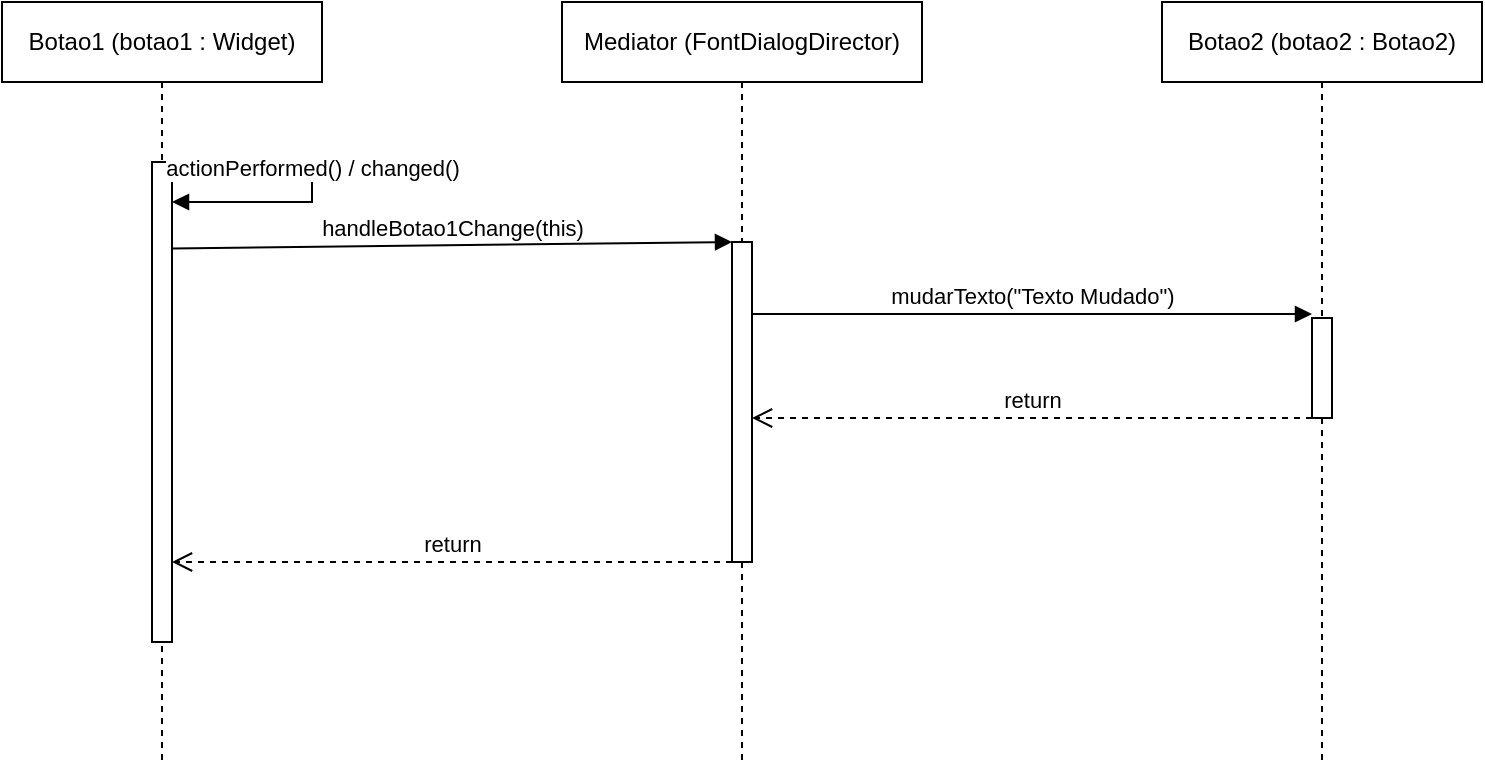
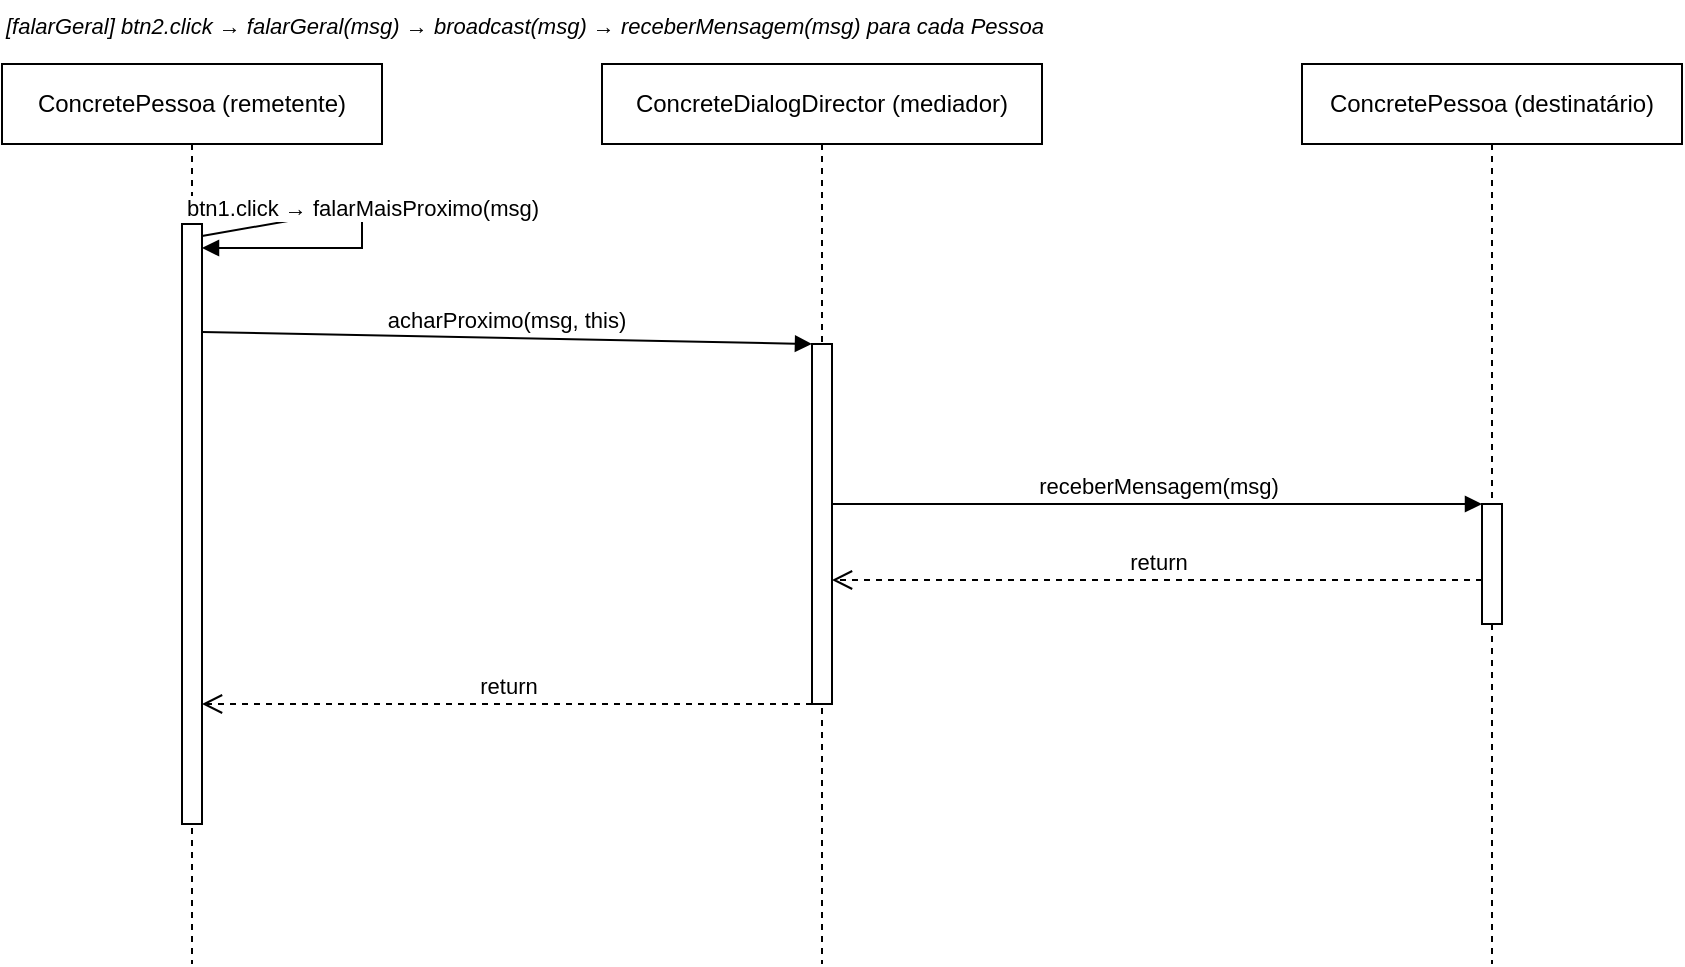
<mxfile host="app.diagrams.net">
-   <diagram name="Sequencia-Mediator" id="lVWO351oqHOsi26u79jJ">
+   <diagram name="Sequencia-Mediator" id="seqDiagMediator01">
    <mxGraphModel dx="975" dy="569" grid="1" gridSize="10" guides="1" tooltips="1" connect="1" arrows="1" fold="1" page="1" pageScale="1" pageWidth="827" pageHeight="1169" math="0" shadow="0">
      <root>
        <mxCell id="0" />
        <mxCell id="1" parent="0" />
-         <mxCell id="ll-botao" parent="1" style="shape=umlLifeline;perimeter=lifelinePerimeter;whiteSpace=wrap;html=1;container=1;dropTarget=0;collapsible=0;recursiveResize=0;outlineConnect=0;portConstraint=eastwest;newEdgeStyle={&quot;curved&quot;:0,&quot;rounded&quot;:0};" value="Botao1 (botao1 : Widget)" vertex="1">
-           <mxGeometry height="380" width="160" x="80" y="40" as="geometry" />
+ 
+         <!-- Lifeline: ConcretePessoa (remetente) -->
+         <mxCell id="ll-rem" parent="1" style="shape=umlLifeline;perimeter=lifelinePerimeter;whiteSpace=wrap;html=1;container=1;dropTarget=0;collapsible=0;recursiveResize=0;outlineConnect=0;portConstraint=eastwest;newEdgeStyle={&quot;curved&quot;:0,&quot;rounded&quot;:0};" value="ConcretePessoa (remetente)" vertex="1">
+           <mxGeometry height="450" width="190" x="60" y="40" as="geometry" />
        </mxCell>
-         <mxCell id="act-botao" parent="ll-botao" style="html=1;points=[[0,0,0,0,5],[0,1,0,0,-5],[1,0,0,0,5],[1,1,0,0,-5]];perimeter=orthogonalPerimeter;outlineConnect=0;targetShapes=umlLifeline;portConstraint=eastwest;newEdgeStyle={&quot;curved&quot;:0,&quot;rounded&quot;:0};" value="" vertex="1">
-           <mxGeometry height="240" width="10" x="75" y="80" as="geometry" />
+         <mxCell id="act-rem" parent="ll-rem" style="html=1;points=[[0,0,0,0,5],[0,1,0,0,-5],[1,0,0,0,5],[1,1,0,0,-5]];perimeter=orthogonalPerimeter;outlineConnect=0;targetShapes=umlLifeline;portConstraint=eastwest;" value="" vertex="1">
+           <mxGeometry height="300" width="10" x="90" y="80" as="geometry" />
        </mxCell>
-         <mxCell id="ll-mediator" parent="1" style="shape=umlLifeline;perimeter=lifelinePerimeter;whiteSpace=wrap;html=1;container=1;dropTarget=0;collapsible=0;recursiveResize=0;outlineConnect=0;portConstraint=eastwest;newEdgeStyle={&quot;curved&quot;:0,&quot;rounded&quot;:0};" value="Mediator (FontDialogDirector)" vertex="1">
-           <mxGeometry height="380" width="180" x="360" y="40" as="geometry" />
+ 
+         <!-- Lifeline: ConcreteDialogDirector (mediador) -->
+         <mxCell id="ll-med" parent="1" style="shape=umlLifeline;perimeter=lifelinePerimeter;whiteSpace=wrap;html=1;container=1;dropTarget=0;collapsible=0;recursiveResize=0;outlineConnect=0;portConstraint=eastwest;newEdgeStyle={&quot;curved&quot;:0,&quot;rounded&quot;:0};" value="ConcreteDialogDirector (mediador)" vertex="1">
+           <mxGeometry height="450" width="220" x="360" y="40" as="geometry" />
        </mxCell>
-         <mxCell id="act-mediator" parent="ll-mediator" style="html=1;points=[[0,0,0,0,5],[0,1,0,0,-5],[1,0,0,0,5],[1,1,0,0,-5]];perimeter=orthogonalPerimeter;outlineConnect=0;targetShapes=umlLifeline;portConstraint=eastwest;newEdgeStyle={&quot;curved&quot;:0,&quot;rounded&quot;:0};" value="" vertex="1">
-           <mxGeometry height="160" width="10" x="85" y="120" as="geometry" />
+         <mxCell id="act-med" parent="ll-med" style="html=1;points=[[0,0,0,0,5],[0,1,0,0,-5],[1,0,0,0,5],[1,1,0,0,-5]];perimeter=orthogonalPerimeter;outlineConnect=0;targetShapes=umlLifeline;portConstraint=eastwest;" value="" vertex="1">
+           <mxGeometry height="180" width="10" x="105" y="140" as="geometry" />
        </mxCell>
-         <mxCell id="ll-botao2" parent="1" style="shape=umlLifeline;perimeter=lifelinePerimeter;whiteSpace=wrap;html=1;container=1;dropTarget=0;collapsible=0;recursiveResize=0;outlineConnect=0;portConstraint=eastwest;newEdgeStyle={&quot;curved&quot;:0,&quot;rounded&quot;:0};" value="Botao2 (botao2 : Botao2)" vertex="1">
-           <mxGeometry height="380" width="160" x="660" y="40" as="geometry" />
+ 
+         <!-- Lifeline: ConcretePessoa (destinatario) -->
+         <mxCell id="ll-dest" parent="1" style="shape=umlLifeline;perimeter=lifelinePerimeter;whiteSpace=wrap;html=1;container=1;dropTarget=0;collapsible=0;recursiveResize=0;outlineConnect=0;portConstraint=eastwest;newEdgeStyle={&quot;curved&quot;:0,&quot;rounded&quot;:0};" value="ConcretePessoa (destinatário)" vertex="1">
+           <mxGeometry height="450" width="190" x="710" y="40" as="geometry" />
        </mxCell>
-         <mxCell id="act-botao2" parent="ll-botao2" style="html=1;points=[[0,0,0,0,5],[0,1,0,0,-5],[1,0,0,0,5],[1,1,0,0,-5]];perimeter=orthogonalPerimeter;outlineConnect=0;targetShapes=umlLifeline;portConstraint=eastwest;newEdgeStyle={&quot;curved&quot;:0,&quot;rounded&quot;:0};" value="" vertex="1">
-           <mxGeometry height="50" width="10" x="75" y="158" as="geometry" />
+         <mxCell id="act-dest" parent="ll-dest" style="html=1;points=[[0,0,0,0,5],[0,1,0,0,-5],[1,0,0,0,5],[1,1,0,0,-5]];perimeter=orthogonalPerimeter;outlineConnect=0;targetShapes=umlLifeline;portConstraint=eastwest;" value="" vertex="1">
+           <mxGeometry height="60" width="10" x="90" y="220" as="geometry" />
        </mxCell>
-         <mxCell id="msg-changed" edge="1" parent="1" source="act-botao" style="html=1;verticalAlign=bottom;endArrow=block;curved=0;rounded=0;exitX=1;exitY=0.02;exitDx=0;exitDy=0;" target="act-botao" value="actionPerformed() / changed()">
+ 
+         <!-- msg1: self-call falarMaisProximo -->
+         <mxCell id="msg1" edge="1" parent="1" source="act-rem" target="act-rem" style="html=1;verticalAlign=bottom;endArrow=block;curved=0;rounded=0;exitX=1;exitY=0.02;exitDx=0;exitDy=0;" value="btn1.click → falarMaisProximo(msg)">
          <mxGeometry relative="1" as="geometry">
            <Array as="points">
-               <mxPoint x="235" y="124" />
-               <mxPoint x="235" y="140" />
+               <mxPoint x="240" y="112" />
+               <mxPoint x="240" y="132" />
            </Array>
          </mxGeometry>
        </mxCell>
-         <mxCell id="msg-handle" edge="1" parent="1" source="act-botao" style="html=1;verticalAlign=bottom;endArrow=block;curved=0;rounded=0;exitX=1;exitY=0.18;exitDx=0;exitDy=0;entryX=0;entryY=0;entryDx=0;entryDy=0;" target="act-mediator" value="handleBotao1Change(this)">
+ 
+         <!-- msg2: acharProximo -->
+         <mxCell id="msg2" edge="1" parent="1" source="act-rem" target="act-med" style="html=1;verticalAlign=bottom;endArrow=block;curved=0;rounded=0;exitX=1;exitY=0.18;exitDx=0;exitDy=0;entryX=0;entryY=0;entryDx=0;entryDy=0;" value="acharProximo(msg, this)">
          <mxGeometry relative="1" as="geometry" />
        </mxCell>
-         <mxCell id="msg-mudar" edge="1" parent="1" style="html=1;verticalAlign=bottom;endArrow=block;curved=0;rounded=0;entryX=0;entryY=0;entryDx=0;entryDy=0;" value="mudarTexto(&quot;Texto Mudado&quot;)">
+ 
+         <!-- msg3: receberMensagem -->
+         <mxCell id="msg3" edge="1" parent="1" source="act-med" target="act-dest" style="html=1;verticalAlign=bottom;endArrow=block;curved=0;rounded=0;entryX=0;entryY=0;entryDx=0;entryDy=0;" value="receberMensagem(msg)">
+           <mxGeometry relative="1" as="geometry" />
+         </mxCell>
+ 
+         <!-- return dest -> med -->
+         <mxCell id="ret1" edge="1" parent="1" style="html=1;verticalAlign=bottom;endArrow=open;dashed=1;endSize=8;curved=0;rounded=0;" value="return">
          <mxGeometry relative="1" as="geometry">
-             <mxPoint x="455" y="196" as="sourcePoint" />
-             <mxPoint x="735" y="196" as="targetPoint" />
+             <mxPoint x="800" y="298" as="sourcePoint" />
+             <mxPoint x="475" y="298" as="targetPoint" />
          </mxGeometry>
        </mxCell>
-         <mxCell id="msg-ret-mudar" edge="1" parent="1" style="html=1;verticalAlign=bottom;endArrow=open;dashed=1;endSize=8;curved=0;rounded=0;" value="return">
-           <mxGeometry relative="1" as="geometry">
-             <mxPoint x="735" y="248" as="sourcePoint" />
-             <mxPoint x="455" y="248" as="targetPoint" />
-           </mxGeometry>
+ 
+         <!-- return med -> rem -->
+         <mxCell id="ret2" edge="1" parent="1" source="act-med" target="act-rem" style="html=1;verticalAlign=bottom;endArrow=open;dashed=1;endSize=8;curved=0;rounded=0;exitX=0;exitY=1;exitDx=0;exitDy=0;" value="return">
+           <mxGeometry relative="1" as="geometry" />
        </mxCell>
-         <mxCell id="msg-ret-final" edge="1" parent="1" source="act-mediator" style="html=1;verticalAlign=bottom;endArrow=open;dashed=1;endSize=8;curved=0;rounded=0;exitX=0;exitY=1;exitDx=0;exitDy=0;" target="act-botao" value="return">
-           <mxGeometry relative="1" as="geometry" />
+ 
+         <mxCell id="note-broadcast" parent="1" style="text;html=1;align=left;verticalAlign=top;whiteSpace=wrap;rounded=0;fontStyle=2;fontSize=11;" value="[falarGeral] btn2.click → falarGeral(msg) → broadcast(msg) → receberMensagem(msg) para cada Pessoa" vertex="1">
+           <mxGeometry height="30" width="580" x="60" y="8" as="geometry" />
        </mxCell>
      </root>
    </mxGraphModel>
  </diagram>
</mxfile>
